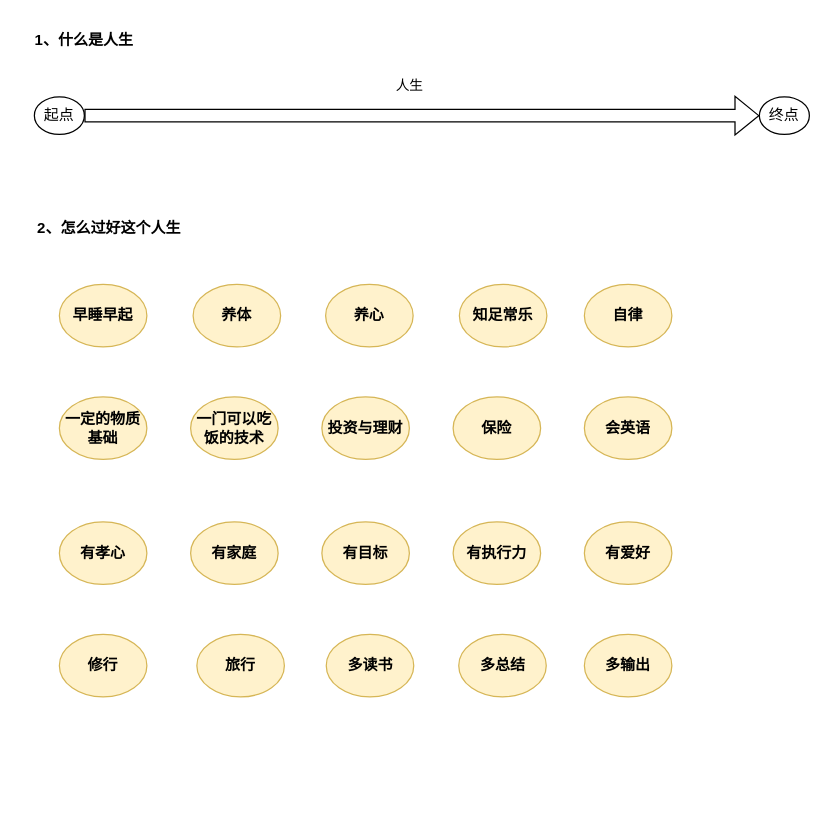
The draw.io diagram 未命名绘图.drawio in dengyulong/PublicStore, before the edit. Source tidied: cells renumbered, new cells numbered last; positions are measured from the earlier drawing's top-left corner, leaving out a move shared by most shapes. Both pictures are drawn from the tidied source at 125%, with x=0, y=0 at pixel (21, 21).
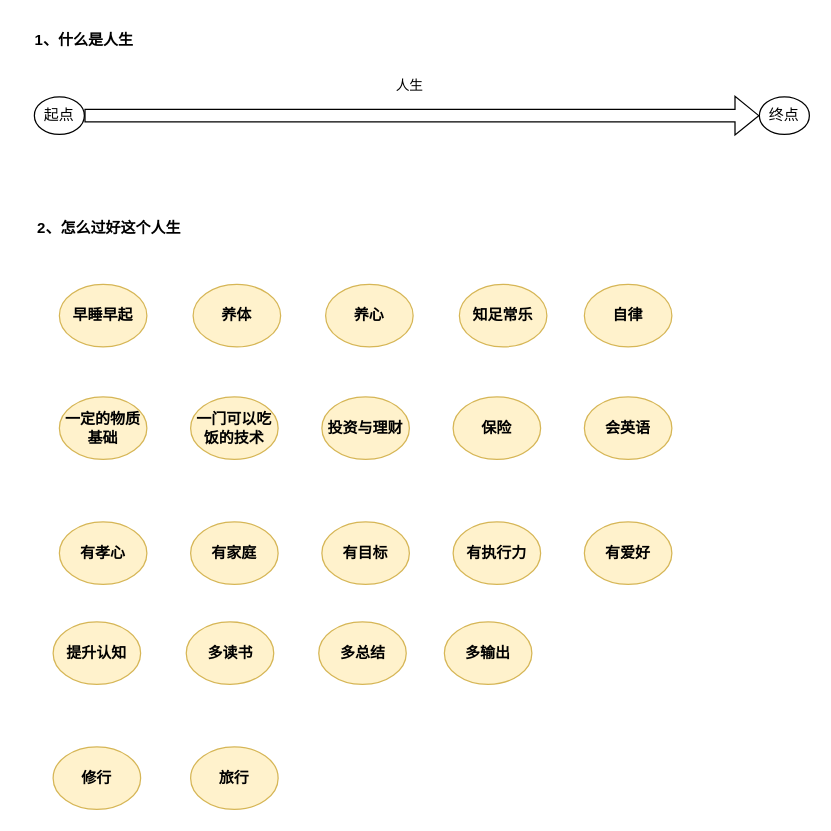
After the change.

Commit message:
更新未命名绘图.drawio

What changed in the source:
```diff
@@
     <mxCell id="20" value="多读书" style="ellipse;whiteSpace=wrap;html=1;labelBackgroundColor=none;fillColor=#fff2cc;strokeColor=#d6b656;fontStyle=1;" parent="1" vertex="1">
-      <mxGeometry x="243.5" y="490" width="70" height="50" as="geometry" />
+      <mxGeometry x="131.5" y="480" width="70" height="50" as="geometry" />
     </mxCell>
     <mxCell id="21" value="多总结" style="ellipse;whiteSpace=wrap;html=1;labelBackgroundColor=none;fillColor=#fff2cc;strokeColor=#d6b656;fontStyle=1;" parent="1" vertex="1">
-      <mxGeometry x="349.5" y="490" width="70" height="50" as="geometry" />
+      <mxGeometry x="237.5" y="480" width="70" height="50" as="geometry" />
     </mxCell>
     <mxCell id="22" value="多输出" style="ellipse;whiteSpace=wrap;html=1;labelBackgroundColor=none;fillColor=#fff2cc;strokeColor=#d6b656;fontStyle=1;" parent="1" vertex="1">
-      <mxGeometry x="450" y="490" width="70" height="50" as="geometry" />
+      <mxGeometry x="338" y="480" width="70" height="50" as="geometry" />
     </mxCell>
     <mxCell id="23" value="修行" style="ellipse;whiteSpace=wrap;html=1;labelBackgroundColor=none;fillColor=#fff2cc;strokeColor=#d6b656;fontStyle=1;" parent="1" vertex="1">
-      <mxGeometry x="30" y="490" width="70" height="50" as="geometry" />
+      <mxGeometry x="25" y="580" width="70" height="50" as="geometry" />
     </mxCell>
@@
     <mxCell id="26" value="旅行" style="ellipse;whiteSpace=wrap;html=1;labelBackgroundColor=none;fillColor=#fff2cc;strokeColor=#d6b656;fontStyle=1;" parent="1" vertex="1">
-      <mxGeometry x="140" y="490" width="70" height="50" as="geometry" />
+      <mxGeometry x="135" y="580" width="70" height="50" as="geometry" />
     </mxCell>
@@
+    <mxCell id="28" value="提升认知" style="ellipse;whiteSpace=wrap;html=1;labelBackgroundColor=none;fillColor=#fff2cc;strokeColor=#d6b656;fontStyle=1;" parent="1" vertex="1">
+      <mxGeometry x="25" y="480" width="70" height="50" as="geometry" />
+    </mxCell>
```
